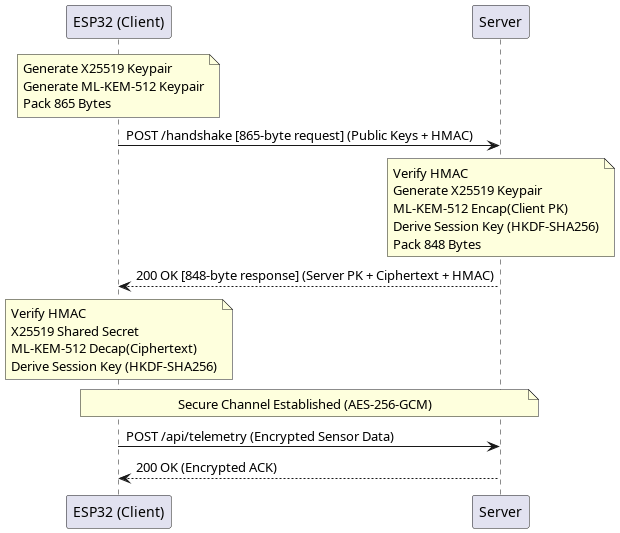
This is figures/handshake_sequence.png from muhammadsohaimmuqtada/esp32-hybrid-pqc-key-exchange, a PlantUML export, as it was before one commit.
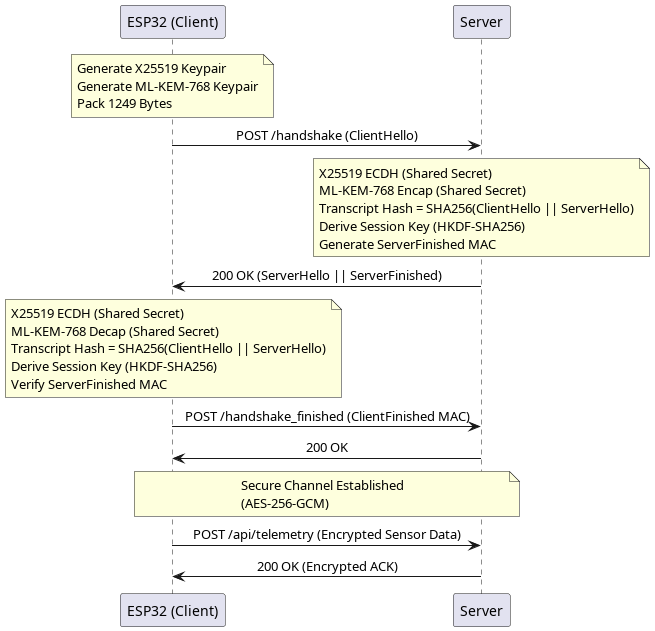
The same diagram one commit later.

Diff of the diagram source:
```diff
@@ -1,34 +1,44 @@
 @startuml
-participant "ESP32 (Client)" as E
-participant "Server" as S
+skinparam sequenceMessageAlign center
 
-note over E
+participant "ESP32 (Client)" as Client
+participant "Server" as Server
+
+note over Client
   Generate X25519 Keypair
-  Generate ML-KEM-512 Keypair
-  Pack 865 Bytes
+  Generate ML-KEM-768 Keypair
+  Pack 1249 Bytes
 end note
 
-E -> S: POST /handshake [865-byte request] (Public Keys + HMAC)
+Client -> Server : POST /handshake (ClientHello)
 
-note over S
-  Verify HMAC
-  Generate X25519 Keypair
-  ML-KEM-512 Encap(Client PK)
+note over Server
+  X25519 ECDH (Shared Secret)
+  ML-KEM-768 Encap (Shared Secret)
+  Transcript Hash = SHA256(ClientHello || ServerHello)
   Derive Session Key (HKDF-SHA256)
-  Pack 848 Bytes
+  Generate ServerFinished MAC
 end note
 
-S --> E: 200 OK [848-byte response] (Server PK + Ciphertext + HMAC)
+Server -> Client : 200 OK (ServerHello || ServerFinished)
 
-note over E
-  Verify HMAC
-  X25519 Shared Secret
-  ML-KEM-512 Decap(Ciphertext)
+note over Client
+  X25519 ECDH (Shared Secret)
+  ML-KEM-768 Decap (Shared Secret)
+  Transcript Hash = SHA256(ClientHello || ServerHello)
   Derive Session Key (HKDF-SHA256)
+  Verify ServerFinished MAC
 end note
 
-note over E, S: Secure Channel Established (AES-256-GCM)
+Client -> Server : POST /handshake_finished (ClientFinished MAC)
+Server -> Client : 200 OK
 
-E -> S: POST /api/telemetry (Encrypted Sensor Data)
-S --> E: 200 OK (Encrypted ACK)
+note over Client, Server
+  Secure Channel Established
+  (AES-256-GCM)
+end note
+
+Client -> Server : POST /api/telemetry (Encrypted Sensor Data)
+Server -> Client : 200 OK (Encrypted ACK)
+
 @enduml
```
